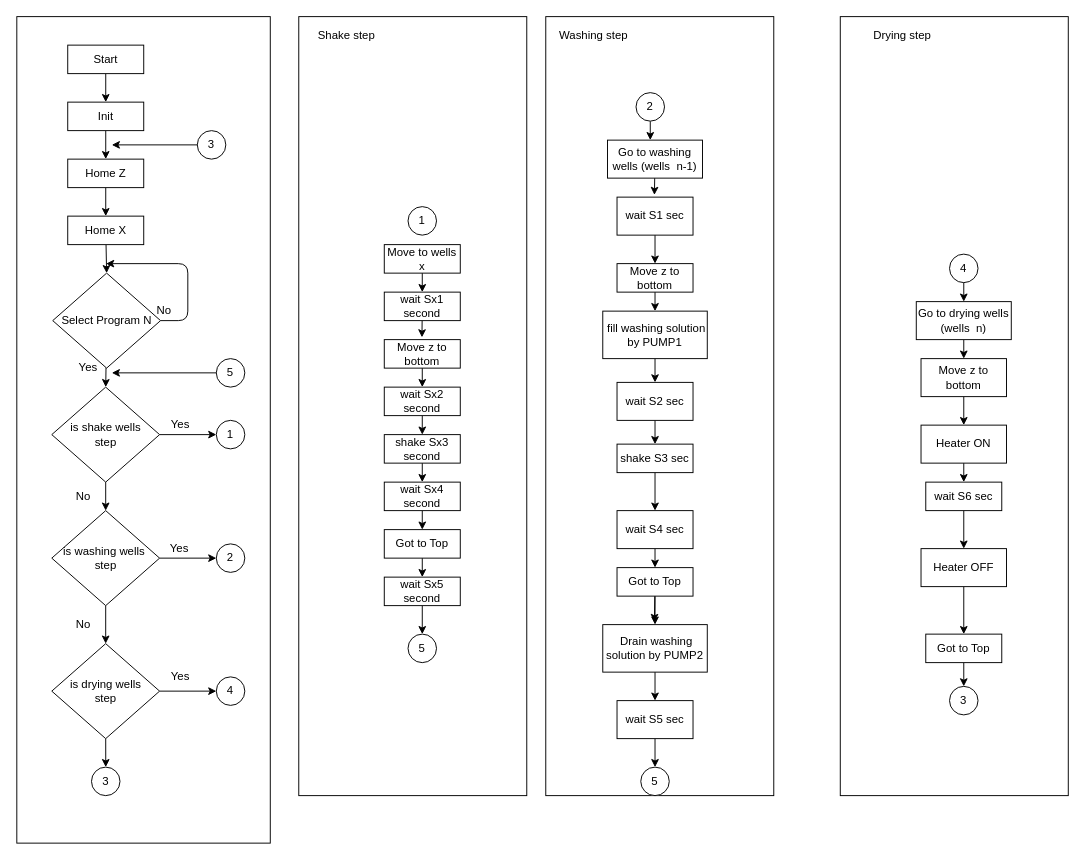
This is Flow.drawio from Pekarate/00.Well_washing, a draw.io file, before an edit. Source tidied: cells renumbered, new cells numbered last; positions are measured from the earlier drawing's top-left corner, leaving out a move shared by most shapes. Both pictures are drawn from the tidied source at 95%, with x=0, y=0 at pixel (16, 16).
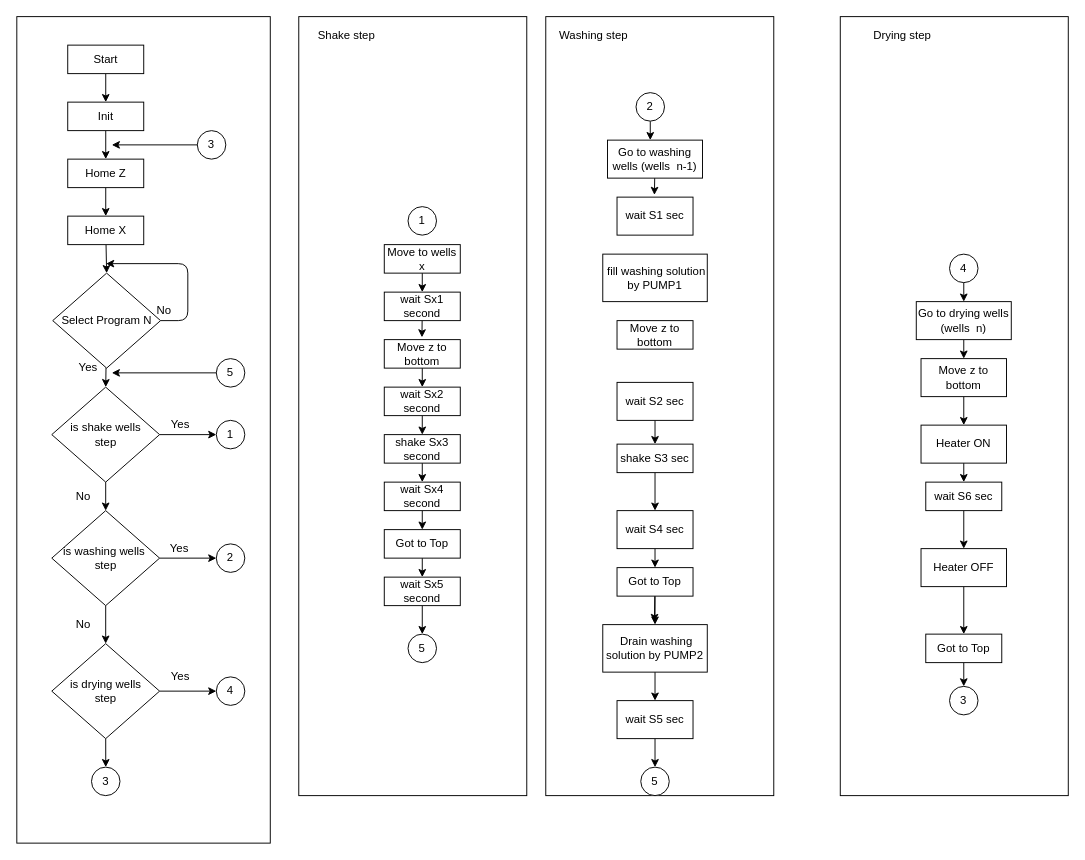
Above is the later version.

The change refers to these unchanged cells:
```xml
<mxCell id="20" value="wait S1 sec" style="rounded=0;whiteSpace=wrap;html=1;" parent="1" vertex="1">
  <mxGeometry x="632" y="190" width="80" height="40" as="geometry" />
</mxCell>
<mxCell id="28" value="wait S2 sec" style="rounded=0;whiteSpace=wrap;html=1;" parent="1" vertex="1">
  <mxGeometry x="632" y="385" width="80" height="40" as="geometry" />
</mxCell>
```

Change to the diagram source:
```diff
@@
-    <mxCell id="19" style="edgeStyle=none;html=1;entryX=0.5;entryY=0;entryDx=0;entryDy=0;" parent="1" edge="1" source="20" target="24">
-      <mxGeometry relative="1" as="geometry" />
-    </mxCell>
@@
-    <mxCell id="23" style="edgeStyle=none;html=1;entryX=0.5;entryY=0;entryDx=0;entryDy=0;" parent="1" edge="1" source="24" target="51">
-      <mxGeometry relative="1" as="geometry" />
-    </mxCell>
     <mxCell id="24" value="Move z to bottom" style="rounded=0;whiteSpace=wrap;html=1;" parent="1" vertex="1">
-      <mxGeometry x="632" y="260" width="80" height="30" as="geometry" />
+      <mxGeometry x="632" y="320" width="80" height="30" as="geometry" />
     </mxCell>
@@
-    <mxCell id="50" style="edgeStyle=none;html=1;entryX=0.5;entryY=0;entryDx=0;entryDy=0;" parent="1" edge="1" source="51" target="28">
-      <mxGeometry relative="1" as="geometry" />
-    </mxCell>
     <mxCell id="51" value="&amp;nbsp;fill washing solution by PUMP1" style="rounded=0;whiteSpace=wrap;html=1;" parent="1" vertex="1">
-      <mxGeometry x="617" y="310" width="110" height="50" as="geometry" />
+      <mxGeometry x="617" y="250" width="110" height="50" as="geometry" />
     </mxCell>
```
